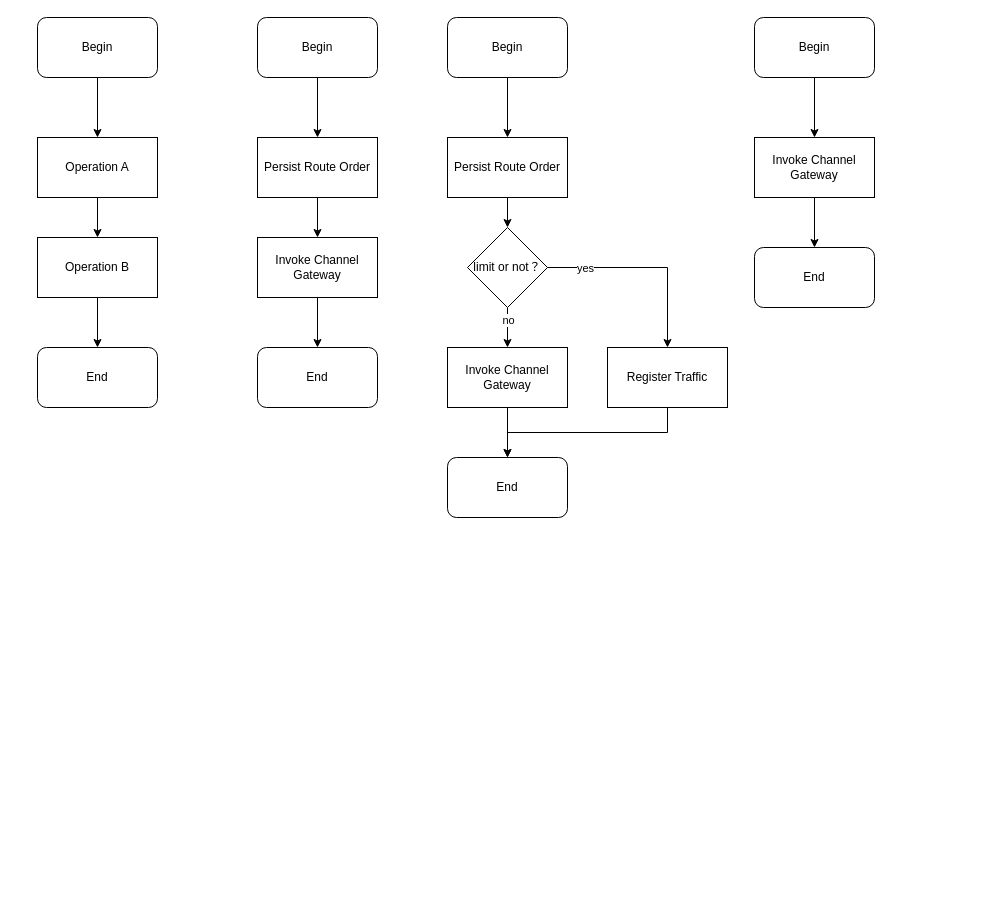
This is general limitation of traffic.drawio from catface996/images, a draw.io file, before an edit. Source tidied: cells renumbered, new cells numbered last; positions are measured from the earlier drawing's top-left corner, leaving out a move shared by most shapes. Both pictures are drawn from the tidied source at 100%, with x=0, y=0 at pixel (37, 17).
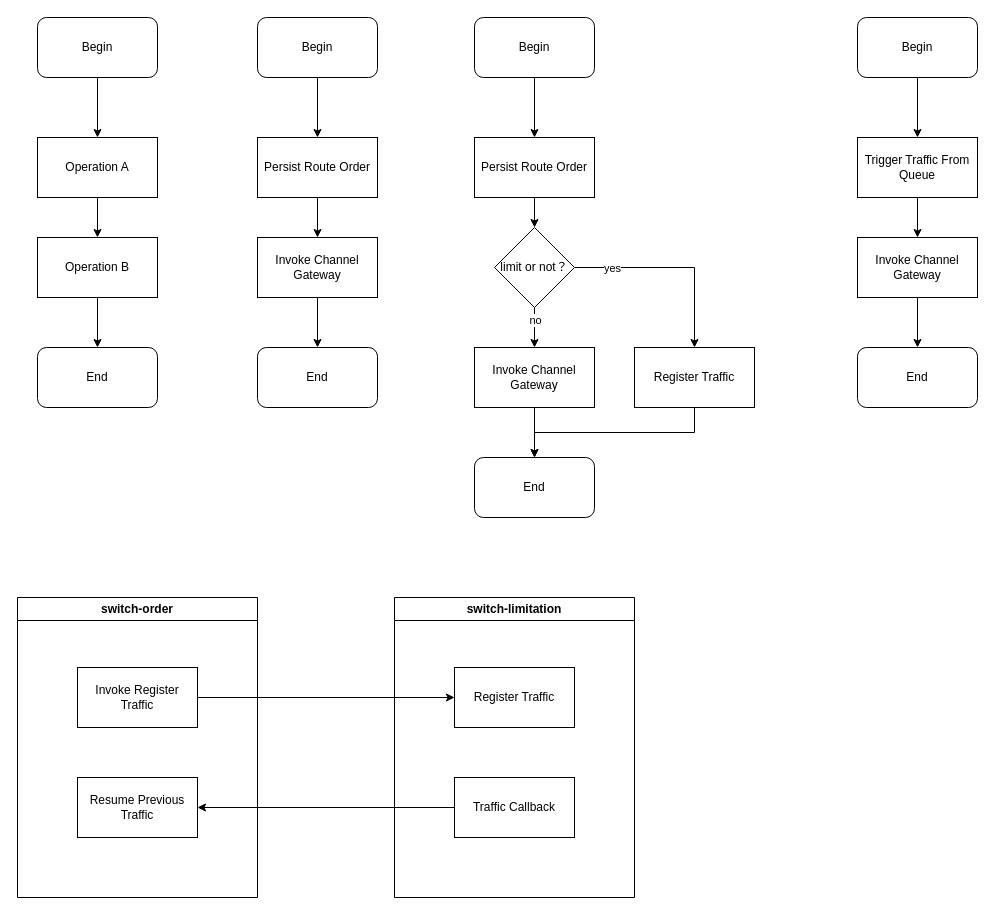
The same diagram, later.

Diff of the diagram source:
```diff
@@
     <mxCell id="17" value="Invoke Channel Gateway" style="rounded=0;whiteSpace=wrap;html=1;" parent="1" vertex="1">
-      <mxGeometry x="717" y="120" width="120" height="60" as="geometry" />
+      <mxGeometry x="820" y="220" width="120" height="60" as="geometry" />
     </mxCell>
     <mxCell id="18" value="End" style="rounded=1;whiteSpace=wrap;html=1;" parent="1" vertex="1">
-      <mxGeometry x="717" y="230" width="120" height="60" as="geometry" />
+      <mxGeometry x="820" y="330" width="120" height="60" as="geometry" />
     </mxCell>
-    <mxCell id="19" style="edgeStyle=orthogonalEdgeStyle;rounded=0;jettySize=auto;html=1;entryX=0.5;entryY=0;entryDx=0;entryDy=0;" parent="1" edge="1" source="20" target="17">
-      <mxGeometry relative="1" as="geometry" />
-    </mxCell>
+    <mxCell id="35" style="edgeStyle=orthogonalEdgeStyle;rounded=0;jettySize=auto;html=1;entryX=0.5;entryY=0;entryDx=0;entryDy=0;" parent="1" edge="1" source="20" target="37">
+      <mxGeometry relative="1" as="geometry" />
+    </mxCell>
     <mxCell id="20" value="Begin" style="rounded=1;whiteSpace=wrap;html=1;" parent="1" vertex="1">
-      <mxGeometry x="717" width="120" height="60" as="geometry" />
+      <mxGeometry x="820" width="120" height="60" as="geometry" />
     </mxCell>
@@
     <mxCell id="22" value="Begin" style="rounded=1;whiteSpace=wrap;html=1;" parent="1" vertex="1">
-      <mxGeometry x="410" width="120" height="60" as="geometry" />
+      <mxGeometry x="437" width="120" height="60" as="geometry" />
     </mxCell>
@@
     <mxCell id="24" value="Persist Route Order" style="rounded=0;whiteSpace=wrap;html=1;" parent="1" vertex="1">
-      <mxGeometry x="410" y="120" width="120" height="60" as="geometry" />
+      <mxGeometry x="437" y="120" width="120" height="60" as="geometry" />
     </mxCell>
@@
     <mxCell id="26" value="Invoke Channel Gateway" style="rounded=0;whiteSpace=wrap;html=1;" parent="1" vertex="1">
-      <mxGeometry x="410" y="330" width="120" height="60" as="geometry" />
+      <mxGeometry x="437" y="330" width="120" height="60" as="geometry" />
     </mxCell>
     <mxCell id="27" value="End" style="rounded=1;whiteSpace=wrap;html=1;" parent="1" vertex="1">
-      <mxGeometry x="410" y="440" width="120" height="60" as="geometry" />
+      <mxGeometry x="437" y="440" width="120" height="60" as="geometry" />
     </mxCell>
@@
     <mxCell id="32" value="limit or not？" style="rhombus;whiteSpace=wrap;html=1;" parent="1" vertex="1">
-      <mxGeometry x="430" y="210" width="80" height="80" as="geometry" />
+      <mxGeometry x="457" y="210" width="80" height="80" as="geometry" />
     </mxCell>
@@
     <mxCell id="34" value="Register Traffic" style="rounded=0;whiteSpace=wrap;html=1;" parent="1" vertex="1">
-      <mxGeometry x="570" y="330" width="120" height="60" as="geometry" />
+      <mxGeometry x="597" y="330" width="120" height="60" as="geometry" />
     </mxCell>
+    <mxCell id="36" style="edgeStyle=orthogonalEdgeStyle;rounded=0;jettySize=auto;html=1;entryX=0.5;entryY=0;entryDx=0;entryDy=0;" parent="1" edge="1" source="37" target="17">
+      <mxGeometry relative="1" as="geometry" />
+    </mxCell>
+    <mxCell id="37" value="Trigger Traffic From Queue" style="rounded=0;whiteSpace=wrap;html=1;" parent="1" vertex="1">
+      <mxGeometry x="820" y="120" width="120" height="60" as="geometry" />
+    </mxCell>
+    <mxCell id="38" value="switch-order" style="swimlane;whiteSpace=wrap;html=1;" parent="1" vertex="1">
+      <mxGeometry x="-20" y="580" width="240" height="300" as="geometry" />
+    </mxCell>
+    <mxCell id="39" value="Invoke Register Traffic" style="rounded=0;whiteSpace=wrap;html=1;" parent="38" vertex="1">
+      <mxGeometry x="60" y="70" width="120" height="60" as="geometry" />
+    </mxCell>
+    <mxCell id="40" value="Resume Previous Traffic" style="rounded=0;whiteSpace=wrap;html=1;" parent="38" vertex="1">
+      <mxGeometry x="60" y="180" width="120" height="60" as="geometry" />
+    </mxCell>
+    <mxCell id="41" value="switch-limitation" style="swimlane;whiteSpace=wrap;html=1;" parent="1" vertex="1">
+      <mxGeometry x="357" y="580" width="240" height="300" as="geometry" />
+    </mxCell>
+    <mxCell id="42" value="Register Traffic" style="rounded=0;whiteSpace=wrap;html=1;" parent="41" vertex="1">
+      <mxGeometry x="60" y="70" width="120" height="60" as="geometry" />
+    </mxCell>
+    <mxCell id="43" value="Traffic Callback" style="rounded=0;whiteSpace=wrap;html=1;" parent="41" vertex="1">
+      <mxGeometry x="60" y="180" width="120" height="60" as="geometry" />
+    </mxCell>
+    <mxCell id="44" style="edgeStyle=orthogonalEdgeStyle;rounded=0;jettySize=auto;html=1;entryX=0;entryY=0.5;entryDx=0;entryDy=0;" parent="1" edge="1" source="39" target="42">
+      <mxGeometry relative="1" as="geometry" />
+    </mxCell>
+    <mxCell id="45" style="edgeStyle=orthogonalEdgeStyle;rounded=0;jettySize=auto;html=1;entryX=1;entryY=0.5;entryDx=0;entryDy=0;" parent="1" edge="1" source="43" target="40">
+      <mxGeometry relative="1" as="geometry" />
+    </mxCell>
```
